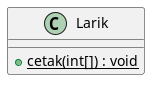
This is Classes.png from hersa37/Sandbox, a PlantUML export, as it was before one commit.
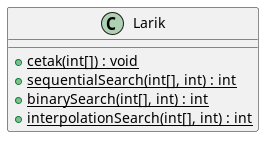
After the change.

Commit message:
Updated Classes.png and added classes for loops

The edit, as a diff of the source:
```diff
@@ -1,6 +1,9 @@
 @startuml
 
 class Larik {
-+{static} cetak(int[]) : void
++ {static} cetak(int[]) : void
++ {static} sequentialSearch(int[], int) : int
++ {static} binarySearch(int[], int) : int
++ {static} interpolationSearch(int[], int) : int
 }
 @enduml
```
